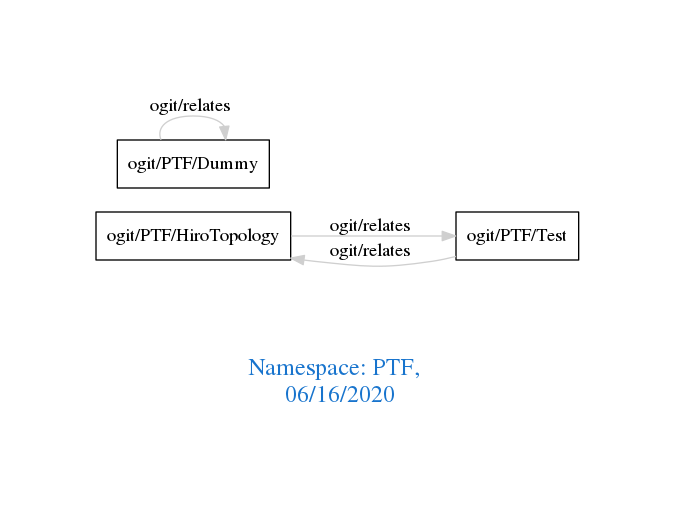
Before: downloads/PTF.png, a diagram exported from Graphviz (arago/OGIT). Its source is kept beside it as downloads/PTF.dot.
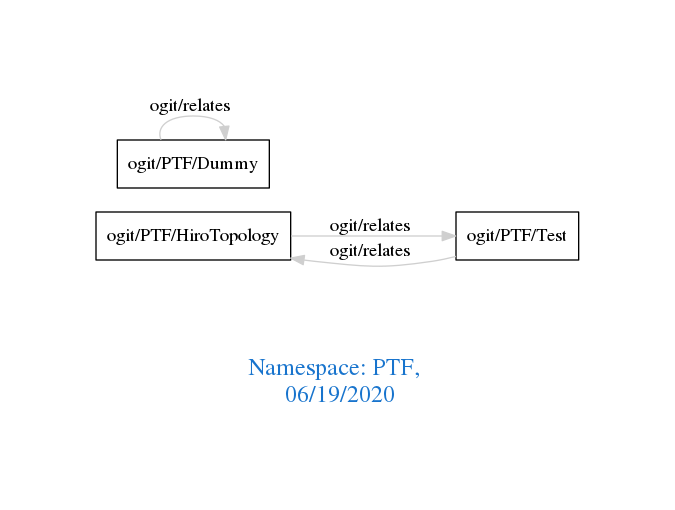
The same diagram one commit later.

Change to the diagram source:
```diff
@@ -1,7 +1,7 @@
 digraph OGIT_ontology {
  graph [ rankdir= LR,pad=1
 fontsize = 18,
-fontcolor= dodgerblue3,label = "\n\n\nNamespace: PTF, \n 06/16/2020"];
+fontcolor= dodgerblue3,label = "\n\n\nNamespace: PTF, \n 06/19/2020"];
 node[shape=polygon];
 edge [  color="gray81"];
 
```
